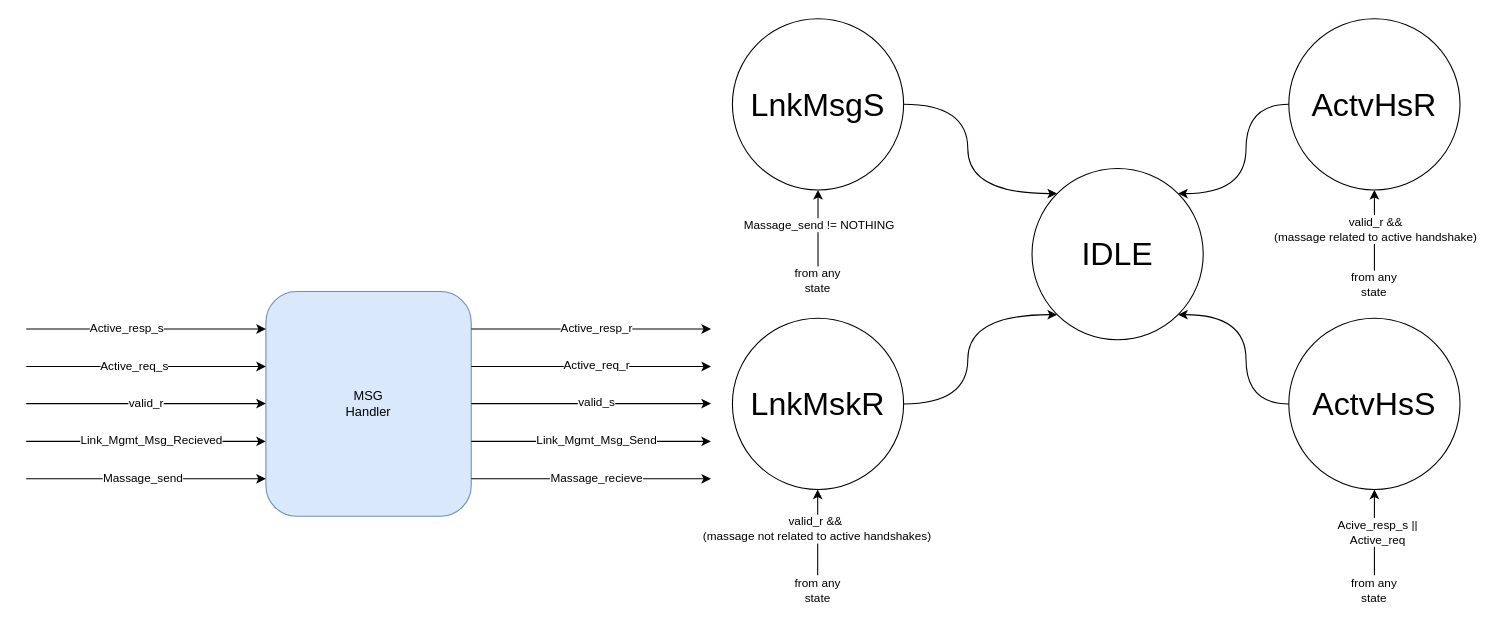
Above: page "msg handler" (8 of 20) of docs/SM/RDI_SM/RDI SM.drawio in AbdallahMoSalah/UCIe-3.0-PHY-layer (draw.io), before the change. Source tidied: cells renumbered, new cells numbered last; positions are measured from the earlier drawing's top-left corner, leaving out a move shared by most shapes. Both pictures are drawn from the tidied source at 107%, with x=0, y=0 at pixel (26, 18).
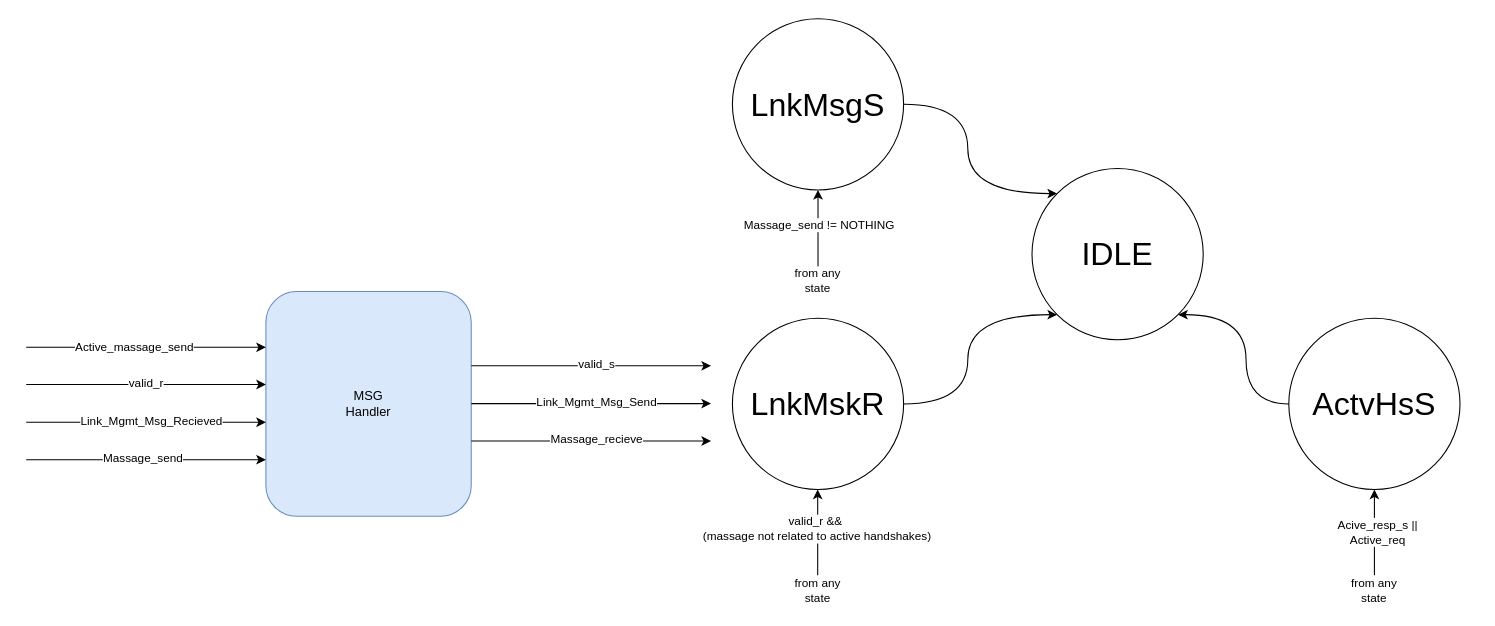
The same diagram, later.

The change refers to these unchanged cells:
```xml
<mxCell id="23" value="&lt;div&gt;&lt;span style=&quot;font-size: 30px;&quot;&gt;IDLE&lt;/span&gt;&lt;/div&gt;" style="ellipse;whiteSpace=wrap;html=1;" parent="1" vertex="1">
  <mxGeometry x="940" y="140" width="160" height="160" as="geometry" />
</mxCell>
```

The edit, as a diff of the source:
```diff
@@
-    <mxCell id="3" style="endArrow=classic;html=1;rounded=0;" parent="1" edge="1">
-      <mxGeometry relative="1" as="geometry">
-        <mxPoint y="290" as="sourcePoint" />
-        <mxPoint x="224" y="290" as="targetPoint" />
-      </mxGeometry>
-    </mxCell>
-    <mxCell id="4" value="Active_resp_s" style="edgeLabel;html=1;align=center;verticalAlign=middle;" parent="3" vertex="1">
-      <mxGeometry x="-0.17" y="2" relative="1" as="geometry" />
-    </mxCell>
     <mxCell id="5" style="endArrow=classic;html=1;rounded=0;" parent="1" edge="1">
       <mxGeometry relative="1" as="geometry">
-        <mxPoint y="325" as="sourcePoint" />
-        <mxPoint x="224" y="325" as="targetPoint" />
+        <mxPoint y="307.1" as="sourcePoint" />
+        <mxPoint x="224" y="307.1" as="targetPoint" />
       </mxGeometry>
     </mxCell>
-    <mxCell id="6" value="Active_req_s" style="edgeLabel;html=1;align=center;verticalAlign=middle;" parent="5" vertex="1">
+    <mxCell id="6" value="Active_massage_send" style="edgeLabel;html=1;align=center;verticalAlign=middle;" parent="5" vertex="1">
       <mxGeometry x="-0.11" y="1" relative="1" as="geometry" />
     </mxCell>
     <mxCell id="7" style="endArrow=classic;html=1;rounded=0;" parent="1" edge="1">
       <mxGeometry relative="1" as="geometry">
-        <mxPoint y="359.7" as="sourcePoint" />
-        <mxPoint x="224" y="359.7" as="targetPoint" />
+        <mxPoint y="341.8" as="sourcePoint" />
+        <mxPoint x="224" y="341.8" as="targetPoint" />
       </mxGeometry>
     </mxCell>
@@
     <mxCell id="9" style="endArrow=classic;html=1;rounded=0;" parent="1" edge="1">
       <mxGeometry relative="1" as="geometry">
-        <mxPoint y="395" as="sourcePoint" />
-        <mxPoint x="224" y="395" as="targetPoint" />
+        <mxPoint y="377.1" as="sourcePoint" />
+        <mxPoint x="224" y="377.1" as="targetPoint" />
       </mxGeometry>
     </mxCell>
@@
     <mxCell id="11" style="endArrow=classic;html=1;rounded=0;" parent="1" edge="1">
       <mxGeometry relative="1" as="geometry">
-        <mxPoint y="430" as="sourcePoint" />
-        <mxPoint x="224" y="430" as="targetPoint" />
+        <mxPoint y="412.1" as="sourcePoint" />
+        <mxPoint x="224" y="412.1" as="targetPoint" />
       </mxGeometry>
     </mxCell>
@@
-    <mxCell id="13" style="endArrow=classic;html=1;rounded=0;" parent="1" edge="1">
-      <mxGeometry relative="1" as="geometry">
-        <mxPoint x="416" y="290" as="sourcePoint" />
-        <mxPoint x="640" y="290" as="targetPoint" />
-      </mxGeometry>
-    </mxCell>
-    <mxCell id="14" value="Active_resp_r" style="edgeLabel;html=1;align=center;verticalAlign=middle;" parent="13" vertex="1">
-      <mxGeometry x="-0.02" y="2" relative="1" as="geometry">
-        <mxPoint x="6" as="offset" />
-      </mxGeometry>
-    </mxCell>
-    <mxCell id="15" style="endArrow=classic;html=1;rounded=0;" parent="1" edge="1">
-      <mxGeometry relative="1" as="geometry">
-        <mxPoint x="416" y="325" as="sourcePoint" />
-        <mxPoint x="640" y="325" as="targetPoint" />
-      </mxGeometry>
-    </mxCell>
-    <mxCell id="16" value="Active_req_r" style="edgeLabel;html=1;align=center;verticalAlign=middle;" parent="15" vertex="1">
-      <mxGeometry x="-0.02" y="2" relative="1" as="geometry">
-        <mxPoint x="6" as="offset" />
-      </mxGeometry>
-    </mxCell>
     <mxCell id="17" style="endArrow=classic;html=1;rounded=0;" parent="1" edge="1">
       <mxGeometry relative="1" as="geometry">
-        <mxPoint x="416" y="395" as="sourcePoint" />
-        <mxPoint x="640" y="395" as="targetPoint" />
+        <mxPoint x="416" y="359.7" as="sourcePoint" />
+        <mxPoint x="640" y="359.7" as="targetPoint" />
       </mxGeometry>
     </mxCell>
@@
     <mxCell id="19" style="endArrow=classic;html=1;rounded=0;" parent="1" edge="1">
       <mxGeometry relative="1" as="geometry">
-        <mxPoint x="416" y="430" as="sourcePoint" />
-        <mxPoint x="640" y="430" as="targetPoint" />
+        <mxPoint x="416" y="394.7" as="sourcePoint" />
+        <mxPoint x="640" y="394.7" as="targetPoint" />
       </mxGeometry>
     </mxCell>
@@
     <mxCell id="21" style="endArrow=classic;html=1;rounded=0;" parent="1" edge="1">
       <mxGeometry relative="1" as="geometry">
-        <mxPoint x="416" y="359.7" as="sourcePoint" />
-        <mxPoint x="640" y="359.7" as="targetPoint" />
+        <mxPoint x="416" y="324.4" as="sourcePoint" />
+        <mxPoint x="640" y="324.4" as="targetPoint" />
       </mxGeometry>
     </mxCell>
@@
-    <mxCell id="29" value="&lt;span style=&quot;font-size: 30px;&quot;&gt;ActvHsR&lt;/span&gt;" style="ellipse;whiteSpace=wrap;html=1;" parent="1" vertex="1">
-      <mxGeometry x="1180" width="160" height="160" as="geometry" />
-    </mxCell>
-    <mxCell id="30" style="edgeStyle=orthogonalEdgeStyle;shape=connector;curved=1;rounded=0;jettySize=auto;html=1;exitX=0;exitY=0.5;exitDx=0;exitDy=0;strokeColor=default;align=center;verticalAlign=middle;fontFamily=Helvetica;fontSize=11;fontColor=default;labelBackgroundColor=default;endArrow=classic;entryX=1;entryY=0;entryDx=0;entryDy=0;" parent="1" edge="1" source="29" target="23">
-      <mxGeometry relative="1" as="geometry" />
-    </mxCell>
@@
-    <mxCell id="38" style="endArrow=classic;html=1;rounded=0;strokeColor=default;align=center;verticalAlign=middle;fontFamily=Helvetica;fontSize=11;fontColor=default;labelBackgroundColor=default;entryX=0.5;entryY=1;entryDx=0;entryDy=0;" parent="1" edge="1">
-      <mxGeometry relative="1" as="geometry">
-        <mxPoint x="1260" y="240" as="sourcePoint" />
-        <mxPoint x="1260" y="160" as="targetPoint" />
-      </mxGeometry>
-    </mxCell>
-    <mxCell id="39" value="valid_r &amp;amp;&amp;amp;&lt;div&gt;(massage related to active handshake)&lt;/div&gt;" style="edgeLabel;html=1;align=center;verticalAlign=middle;fontFamily=Helvetica;fontSize=11;fontColor=default;labelBackgroundColor=default;" parent="38" vertex="1">
-      <mxGeometry x="0.11" relative="1" as="geometry" />
-    </mxCell>
@@
-    <mxCell id="43" value="from any state" style="text;html=1;whiteSpace=wrap;strokeColor=none;fillColor=none;align=center;verticalAlign=middle;rounded=0;fontFamily=Helvetica;fontSize=11;fontColor=default;labelBackgroundColor=default;" parent="1" vertex="1">
-      <mxGeometry x="1230" y="234" width="60" height="30" as="geometry" />
-    </mxCell>
```
